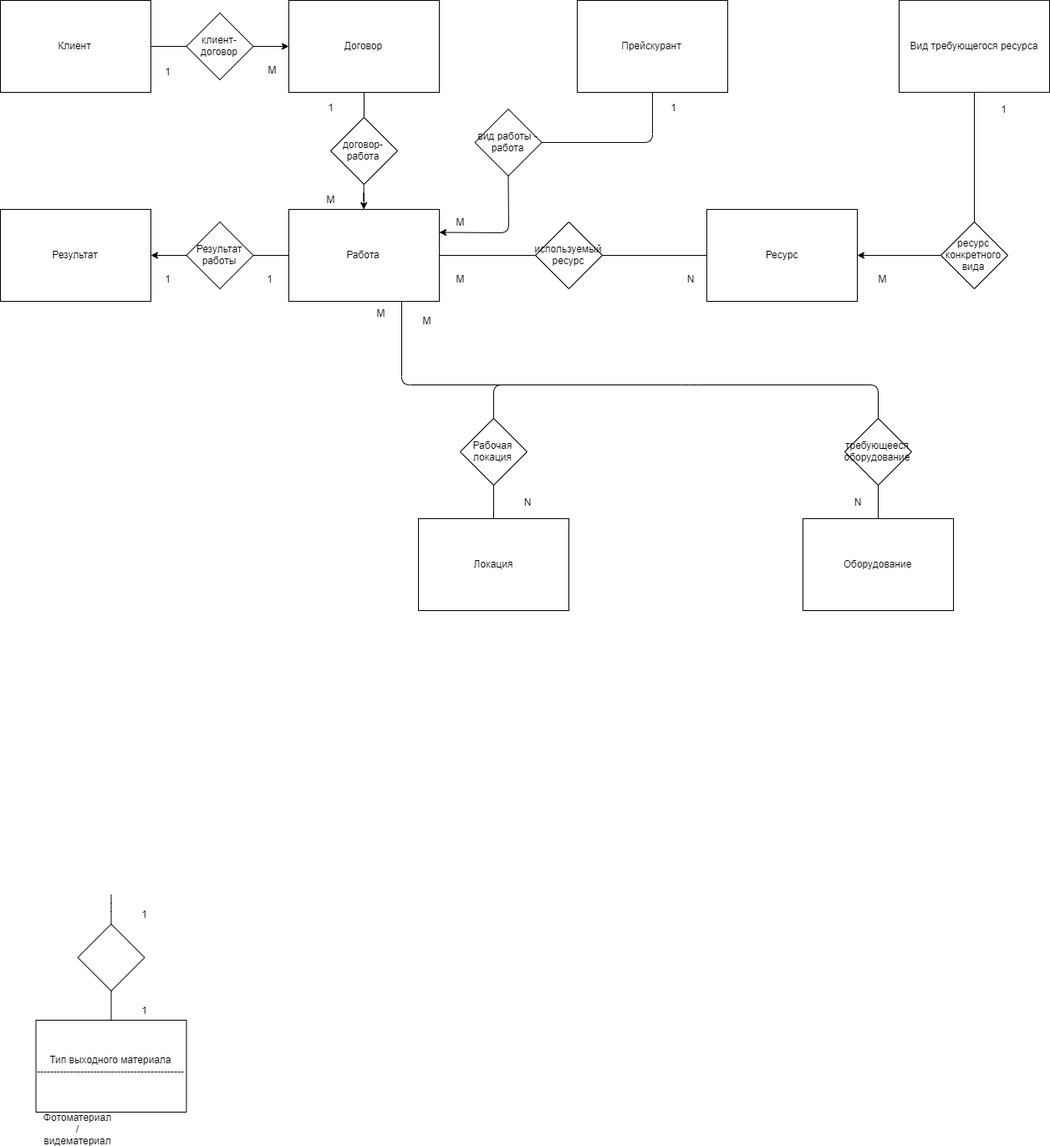
Above: Photographer.png in ectuser/Photographer-Database (draw.io), before the change. Source tidied: cells renumbered, new cells last; positions are measured from the earlier drawing's top-left corner, leaving out a move shared by most shapes.
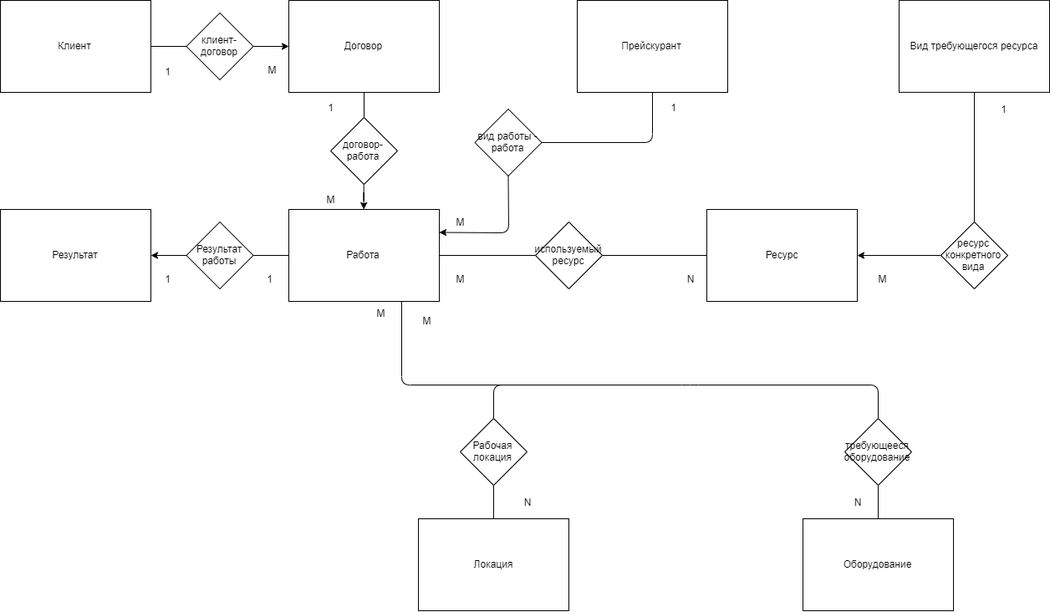
Later version of the same file.

Diff of the diagram source:
```diff
@@ -93,26 +93,6 @@
     <mxCell id="30" style="endArrow=none;html=1;exitX=0;exitY=0.5;exitDx=0;exitDy=0;entryX=1;entryY=0.5;entryDx=0;entryDy=0;" parent="1" edge="1" source="28" target="8">
       <mxGeometry relative="1" as="geometry" />
     </mxCell>
-    <mxCell id="31" value="Тип выходного материала&lt;br&gt;--------------------------------------------" style="rounded=0;whiteSpace=wrap;html=1;" parent="1" vertex="1">
-      <mxGeometry x="42.5" y="1220" width="180" height="110" as="geometry" />
-    </mxCell>
-    <mxCell id="32" style="rhombus;whiteSpace=wrap;html=1;" parent="1" vertex="1">
-      <mxGeometry x="92.5" y="1105" width="80" height="80" as="geometry" />
-    </mxCell>
-    <mxCell id="33" style="endArrow=none;html=1;exitX=0.5;exitY=0;exitDx=0;exitDy=0;entryX=0.5;entryY=1;entryDx=0;entryDy=0;" parent="1" edge="1" source="32">
-      <mxGeometry relative="1" as="geometry">
-        <mxPoint x="132.5" y="1070" as="targetPoint" />
-        <Array as="points">
-          <mxPoint x="132.5" y="1090" />
-        </Array>
-      </mxGeometry>
-    </mxCell>
-    <mxCell id="34" style="endArrow=none;html=1;exitX=0.5;exitY=0;exitDx=0;exitDy=0;entryX=0.5;entryY=1;entryDx=0;entryDy=0;" parent="1" edge="1" source="31" target="32">
-      <mxGeometry relative="1" as="geometry" />
-    </mxCell>
-    <mxCell id="35" value="Фотоматериал / видематериал" style="text;html=1;strokeColor=none;fillColor=none;align=center;verticalAlign=middle;whiteSpace=wrap;rounded=0;" parent="1" vertex="1">
-      <mxGeometry x="72.5" y="1340" width="40" height="20" as="geometry" />
-    </mxCell>
     <mxCell id="36" style="endArrow=none;html=1;exitX=0.5;exitY=0;exitDx=0;exitDy=0;entryX=0.5;entryY=0;entryDx=0;entryDy=0;" parent="1" edge="1" source="17" target="14">
       <mxGeometry relative="1" as="geometry">
         <Array as="points">
@@ -151,12 +131,6 @@
     <mxCell id="44" value="1" style="text;html=1;strokeColor=none;fillColor=none;align=center;verticalAlign=middle;whiteSpace=wrap;rounded=0;" parent="1" vertex="1">
       <mxGeometry x="302.5" y="320" width="40" height="25" as="geometry" />
     </mxCell>
-    <mxCell id="45" value="1" style="text;html=1;strokeColor=none;fillColor=none;align=center;verticalAlign=middle;whiteSpace=wrap;rounded=0;" parent="1" vertex="1">
-      <mxGeometry x="152.5" y="1080" width="40" height="25" as="geometry" />
-    </mxCell>
-    <mxCell id="46" value="1" style="text;html=1;strokeColor=none;fillColor=none;align=center;verticalAlign=middle;whiteSpace=wrap;rounded=0;" parent="1" vertex="1">
-      <mxGeometry x="152.5" y="1195" width="40" height="25" as="geometry" />
-    </mxCell>
     <mxCell id="47" value="M" style="text;html=1;strokeColor=none;fillColor=none;align=center;verticalAlign=middle;whiteSpace=wrap;rounded=0;" parent="1" vertex="1">
       <mxGeometry x="435" y="361.5" width="40" height="25" as="geometry" />
     </mxCell>
```
